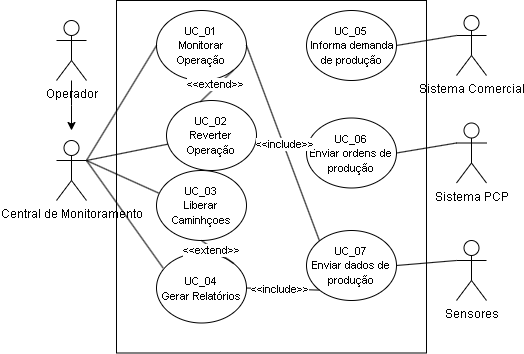
The draw.io diagram assets/useCases.png in gbalbuquerque/IndustriaTintas, before a commit. Source tidied: cells renumbered, new cells last; positions are measured from the earlier drawing's top-left corner, leaving out a move shared by most shapes.
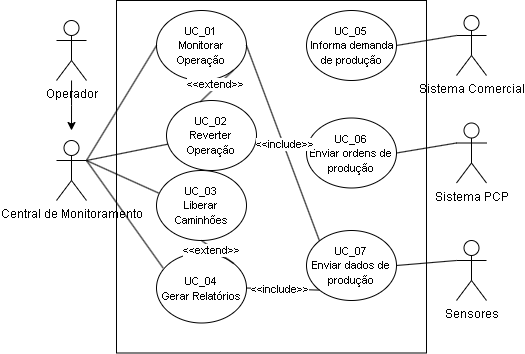
After the commit.

Diff of the diagram source:
```diff
@@ -23,7 +23,7 @@
     <mxCell id="8" value="&lt;font style=&quot;font-size: 11px;&quot;&gt;UC_01&lt;/font&gt;&lt;div&gt;&lt;span style=&quot;font-size: 11px;&quot;&gt;Monitorar Operação&lt;/span&gt;&lt;/div&gt;" style="ellipse;whiteSpace=wrap;html=1;" parent="1" vertex="1">
       <mxGeometry x="100" width="90" height="70" as="geometry" />
     </mxCell>
-    <mxCell id="9" value="&lt;font style=&quot;font-size: 11px;&quot;&gt;UC_03&lt;/font&gt;&lt;div&gt;&lt;span style=&quot;font-size: 11px;&quot;&gt;Liberar Caminhçoes&lt;/span&gt;&lt;/div&gt;" style="ellipse;whiteSpace=wrap;html=1;" parent="1" vertex="1">
+    <mxCell id="9" value="&lt;font style=&quot;font-size: 11px;&quot;&gt;UC_03&lt;/font&gt;&lt;div&gt;&lt;span style=&quot;font-size: 11px;&quot;&gt;Liberar Caminhões&lt;/span&gt;&lt;/div&gt;" style="ellipse;whiteSpace=wrap;html=1;" parent="1" vertex="1">
       <mxGeometry x="100" y="160" width="90" height="70" as="geometry" />
     </mxCell>
     <mxCell id="10" value="&lt;font style=&quot;font-size: 11px;&quot;&gt;UC_05&lt;/font&gt;&lt;div&gt;&lt;font style=&quot;font-size: 11px;&quot;&gt;&amp;nbsp;Informa demanda de produção&lt;/font&gt;&lt;/div&gt;" style="ellipse;whiteSpace=wrap;html=1;" parent="1" vertex="1">
```
